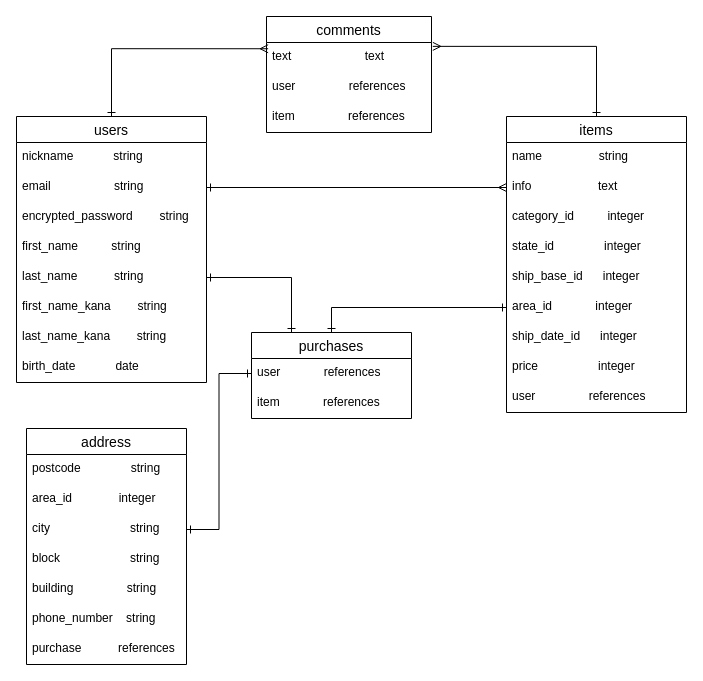
yoheitm/furima-33558 keeps this draw.io diagram as er.dio. Above is the earlier version. Source tidied: cells renumbered, new cells numbered last; positions are measured from the earlier drawing's top-left corner, leaving out a move shared by most shapes. Both pictures are drawn from the tidied source at 100%, with x=0, y=0 at pixel (16, 16).
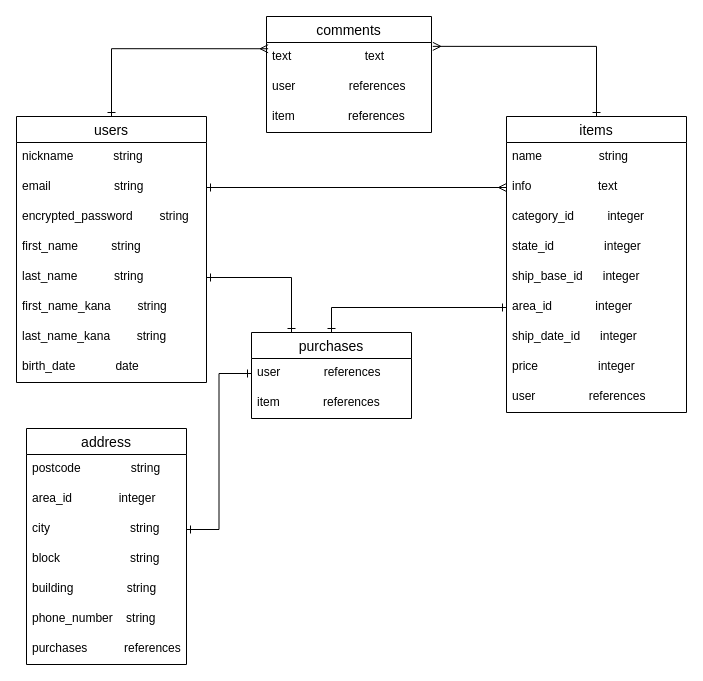
After the change.

Commit message (it also covers changes not shown here):
READMEでのuserテーブルのアソシエーションの修正

The change refers to these unchanged cells:
```xml
<mxCell id="28" value="address" style="swimlane;fontStyle=0;horizontal=1;startSize=26;align=center;fontSize=14;" parent="1" vertex="1">
  <mxGeometry x="10" y="412" width="160" height="236" as="geometry" />
</mxCell>
```

Change to the diagram source:
```diff
@@
-    <mxCell id="35" value="purchase           references" style="text;strokeColor=none;fillColor=none;spacingLeft=4;spacingRight=4;overflow=hidden;fontSize=12;" parent="28" vertex="1">
+    <mxCell id="35" value="purchases           references" style="text;strokeColor=none;fillColor=none;spacingLeft=4;spacingRight=4;overflow=hidden;fontSize=12;" parent="28" vertex="1">
       <mxGeometry y="206" width="160" height="30" as="geometry" />
     </mxCell>
```
